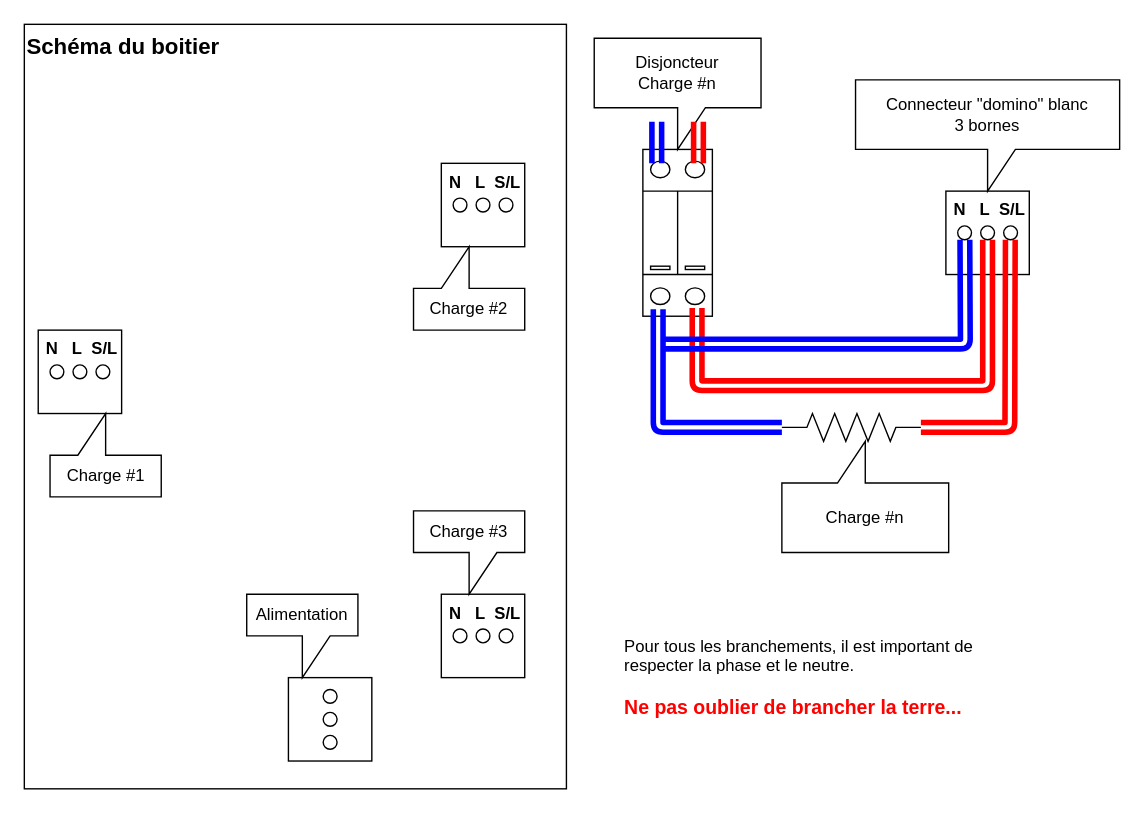
The draw.io diagram HowToInstall.drawio in FredM67/PVRouter-1-phase, before the edit. Source tidied: cells renumbered, new cells numbered last; positions are measured from the earlier drawing's top-left corner, leaving out a move shared by most shapes. Both pictures are drawn from the tidied source at 139%, with x=0, y=0 at pixel (24, 24).
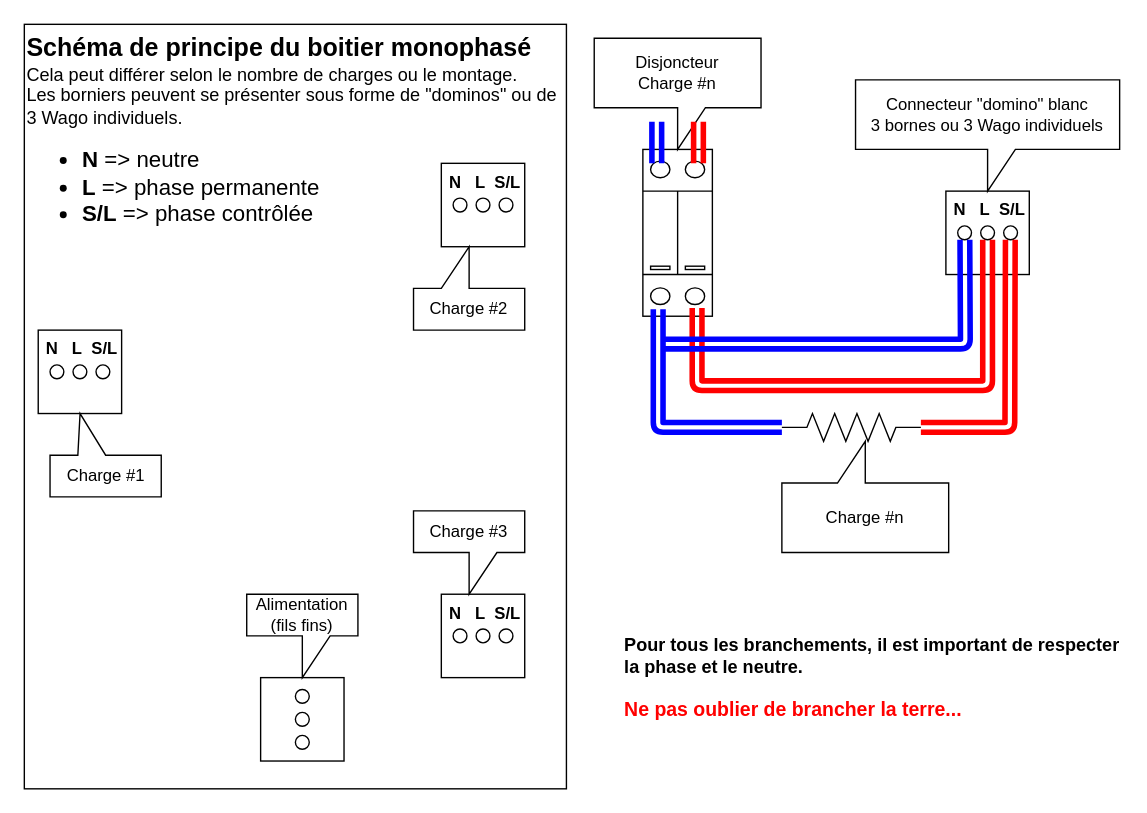
The same page after the edit.

Unchanged cells that the change refers to:
```xml
<mxCell id="3" style="group;verticalAlign=top;" parent="1" vertex="1">
  <mxGeometry x="410" y="10" width="378" height="370" as="geometry" />
</mxCell>
```

What changed in the source:
```diff
@@
-    <mxCell id="2" value="&lt;span style=&quot;font-size: 16px&quot;&gt;&lt;b&gt;Schéma du boitier&lt;br&gt;&lt;/b&gt;&lt;/span&gt;" style="rounded=0;whiteSpace=wrap;html=1;verticalAlign=top;align=left;" parent="1" vertex="1">
+    <mxCell id="2" value="&lt;div&gt;&lt;b style=&quot;font-size: 18px&quot;&gt;Schéma de principe du boitier monophasé&lt;/b&gt;&lt;/div&gt;&lt;font style=&quot;font-size: 13px&quot;&gt;&lt;div&gt;&lt;span&gt;Cela peut différer selon le nombre de charges ou le montage.&lt;/span&gt;&lt;/div&gt;Les borniers peuvent se présenter sous forme de &quot;dominos&quot; ou de 3 Wago individuels.&lt;br&gt;&lt;ul&gt;&lt;li style=&quot;font-size: 16px&quot;&gt;&lt;font style=&quot;font-size: 16px&quot;&gt;&lt;b&gt;N&lt;/b&gt; =&amp;gt; neutre&lt;/font&gt;&lt;/li&gt;&lt;li style=&quot;font-size: 16px&quot;&gt;&lt;font style=&quot;font-size: 16px&quot;&gt;&lt;b&gt;L&lt;/b&gt; =&amp;gt; phase permanente&lt;/font&gt;&lt;/li&gt;&lt;li style=&quot;font-size: 16px&quot;&gt;&lt;font style=&quot;font-size: 16px&quot;&gt;&lt;b&gt;S/L&lt;/b&gt; =&amp;gt; phase contrôlée&lt;/font&gt;&lt;/li&gt;&lt;/ul&gt;&lt;/font&gt;" style="rounded=0;whiteSpace=wrap;html=1;verticalAlign=top;align=left;" parent="1" vertex="1">
       <mxGeometry width="390" height="550" as="geometry" />
     </mxCell>
@@
-    <mxCell id="6" value="Connecteur &quot;domino&quot; blanc&lt;br&gt;3 bornes" style="shape=callout;whiteSpace=wrap;html=1;perimeter=calloutPerimeter;" parent="3" vertex="1">
+    <mxCell id="6" value="Connecteur &quot;domino&quot; blanc&lt;br&gt;3 bornes ou 3 Wago individuels" style="shape=callout;whiteSpace=wrap;html=1;perimeter=calloutPerimeter;" parent="3" vertex="1">
       <mxGeometry x="188" y="30" width="190" height="80" as="geometry" />
     </mxCell>
@@
-    <mxCell id="23" value="Charge #1" style="shape=callout;whiteSpace=wrap;html=1;perimeter=calloutPerimeter;direction=west;" parent="1" vertex="1">
+    <mxCell id="23" value="Charge #1" style="shape=callout;whiteSpace=wrap;html=1;perimeter=calloutPerimeter;direction=west;position2=0.73;" parent="1" vertex="1">
       <mxGeometry x="18.5" y="280" width="80" height="60" as="geometry" />
     </mxCell>
@@
     <mxCell id="26" style="whiteSpace=wrap;html=1;verticalAlign=top;" parent="1" vertex="1">
-      <mxGeometry x="190" y="470" width="60" height="60" as="geometry" />
+      <mxGeometry x="170" y="470" width="60" height="60" as="geometry" />
     </mxCell>
     <mxCell id="27" style="verticalLabelPosition=bottom;shadow=0;dashed=0;align=center;html=1;verticalAlign=top;shape=mxgraph.electrical.transmission.terminal_3_phase;direction=south;" parent="1" vertex="1">
-      <mxGeometry x="215" y="478.5" width="10" height="43" as="geometry" />
+      <mxGeometry x="195" y="478.5" width="10" height="43" as="geometry" />
     </mxCell>
-    <mxCell id="28" value="Alimentation" style="shape=callout;whiteSpace=wrap;html=1;perimeter=calloutPerimeter;direction=east;" parent="1" vertex="1">
+    <mxCell id="28" value="Alimentation&lt;br&gt;(fils fins)" style="shape=callout;whiteSpace=wrap;html=1;perimeter=calloutPerimeter;direction=east;" parent="1" vertex="1">
       <mxGeometry x="160" y="410" width="80" height="60" as="geometry" />
     </mxCell>
-    <mxCell id="29" value="Pour tous les branchements, il est important de respecter la phase et le neutre.&lt;br&gt;&lt;br&gt;&lt;b&gt;&lt;font color=&quot;#ff0000&quot; style=&quot;font-size: 14px&quot;&gt;Ne pas oublier de brancher la terre...&lt;/font&gt;&lt;/b&gt;" style="text;html=1;strokeColor=none;fillColor=none;align=left;verticalAlign=middle;whiteSpace=wrap;rounded=0;" parent="1" vertex="1">
-      <mxGeometry x="430" y="430" width="280" height="80" as="geometry" />
+    <mxCell id="29" value="&lt;b&gt;&lt;font style=&quot;font-size: 13px&quot;&gt;Pour tous les branchements, il est important de respecter la phase et le neutre.&lt;/font&gt;&lt;/b&gt;&lt;br&gt;&lt;br&gt;&lt;b&gt;&lt;font color=&quot;#ff0000&quot; style=&quot;font-size: 14px&quot;&gt;Ne pas oublier de brancher la terre...&lt;/font&gt;&lt;/b&gt;" style="text;html=1;strokeColor=none;fillColor=none;align=left;verticalAlign=middle;whiteSpace=wrap;rounded=0;" parent="1" vertex="1">
+      <mxGeometry x="430" y="430" width="360" height="80" as="geometry" />
     </mxCell>
```
